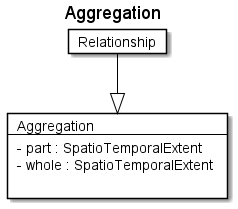
Above: fragments/diagrams/Aggregation.png in rtigran/rdf2adoc (PlantUML), before the change.
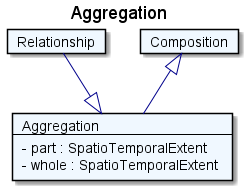
Later version of the same file.

Diff of the diagram source:
```diff
@@ -1,15 +1,18 @@
 @startuml
 Title Aggregation
 
-Card Aggregation #fff [
+Card Aggregation #F0F8FF [
 Aggregation
 ----
 - part : SpatioTemporalExtent
 - whole : SpatioTemporalExtent
-
 ]
-Card Relationship #fff [
+Card Relationship #F0F8FF [
 Relationship
 ]
-Relationship --|> Aggregation  #000
+Relationship --|> Aggregation  #00008B
+Card Composition #F0F8FF [
+Composition
+]
+Composition <|-- Aggregation  #00008B
 @enduml
```
